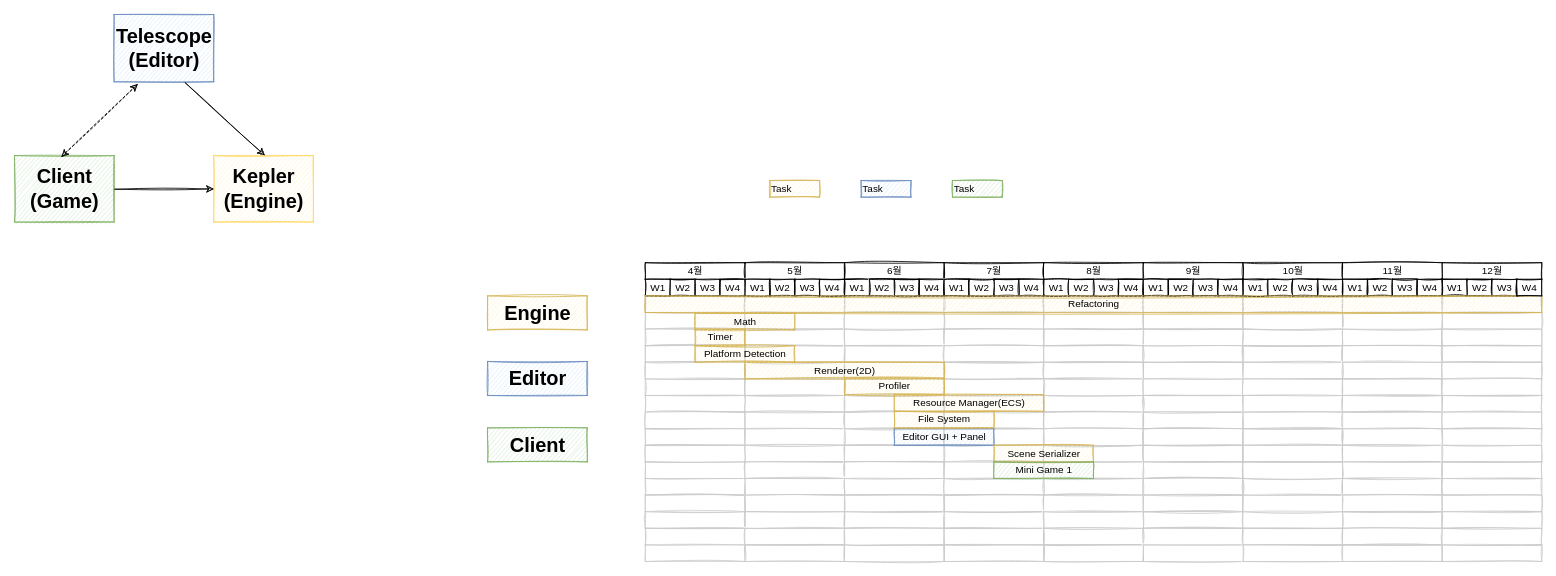
Earlier version of the draw.io diagram Documents/프로젝트구조-및-일정-임시.drawio (Hamsik2rang/Kepler). Source tidied: cells renumbered, new cells numbered last; positions are measured from the earlier drawing's top-left corner, leaving out a move shared by most shapes. Both pictures are drawn from the tidied source at 83%, with x=0, y=0 at pixel (14, 14).
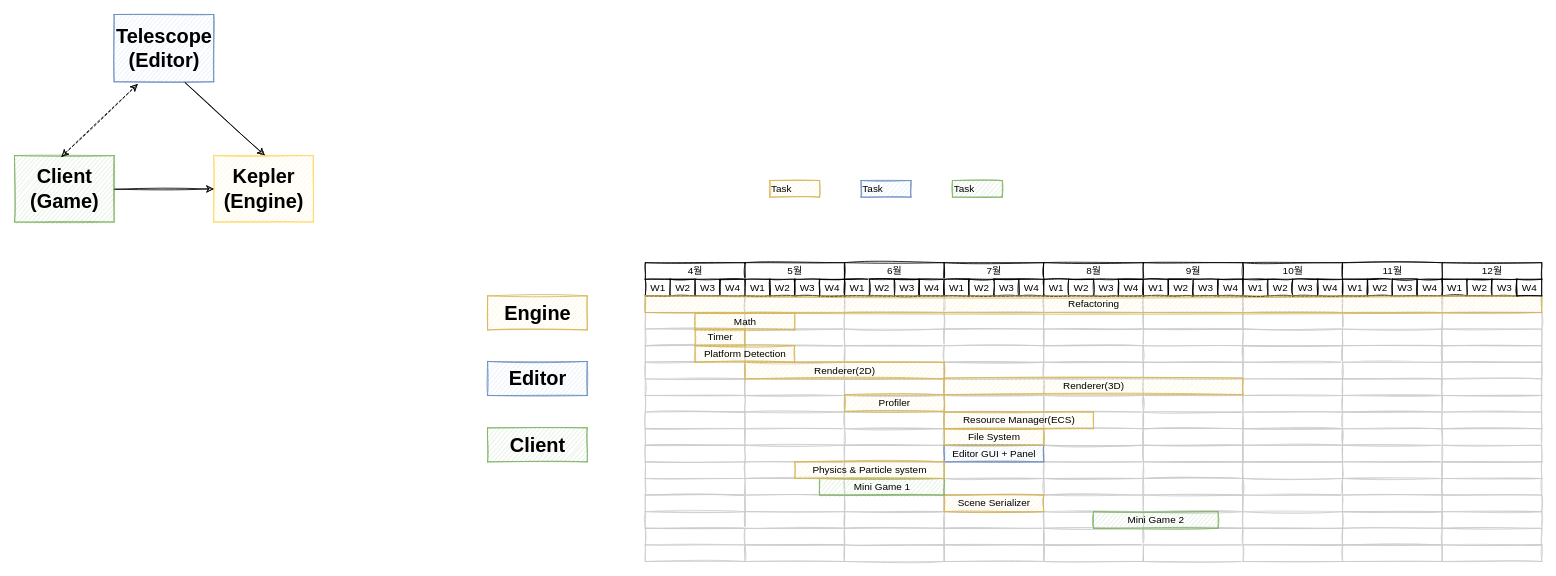
The same diagram, later.

Commit message (it also covers changes not shown here):
docs: 5월 8일 회의록 및 수정된 프로젝트일정표 업로드

The edit, as a diff of the source:
```diff
@@
     <mxCell id="207" value="Profiler" style="align=center;strokeColor=#d6b656;html=1;fillColor=#fff2cc;sketch=1;" parent="1" vertex="1">
-      <mxGeometry x="1000" y="438" width="120" height="20" as="geometry" />
+      <mxGeometry x="1000" y="458" width="120" height="20" as="geometry" />
     </mxCell>
     <mxCell id="208" value="Resource Manager(ECS)" style="align=center;strokeColor=#d6b656;html=1;fillColor=#fff2cc;sketch=1;" parent="1" vertex="1">
-      <mxGeometry x="1060" y="458" width="180" height="20" as="geometry" />
+      <mxGeometry x="1120" y="479" width="180" height="20" as="geometry" />
     </mxCell>
@@
     <mxCell id="210" value="Editor GUI + Panel" style="align=center;strokeColor=#6c8ebf;html=1;fillColor=#dae8fc;sketch=1;" parent="1" vertex="1">
-      <mxGeometry x="1060" y="499" width="120" height="20" as="geometry" />
+      <mxGeometry x="1120" y="519" width="120" height="20" as="geometry" />
     </mxCell>
     <mxCell id="211" value="Scene Serializer" style="align=center;strokeColor=#d6b656;html=1;fillColor=#fff2cc;sketch=1;" parent="1" vertex="1">
-      <mxGeometry x="1180" y="519" width="120" height="20" as="geometry" />
+      <mxGeometry x="1120" y="579" width="120" height="20" as="geometry" />
     </mxCell>
     <mxCell id="212" value="Mini Game 1" style="align=center;strokeColor=#82b366;html=1;fillColor=#d5e8d4;sketch=1;" parent="1" vertex="1">
-      <mxGeometry x="1180" y="539" width="120" height="20" as="geometry" />
+      <mxGeometry x="970" y="559" width="150" height="20" as="geometry" />
     </mxCell>
     <mxCell id="213" value="File System" style="align=center;strokeColor=#d6b656;html=1;fillColor=#fff2cc;sketch=1;" parent="1" vertex="1">
-      <mxGeometry x="1060" y="478" width="120" height="20" as="geometry" />
+      <mxGeometry x="1120" y="499" width="120" height="20" as="geometry" />
     </mxCell>
+    <mxCell id="214" value="Renderer(3D)" style="align=center;strokeColor=#d6b656;html=1;fillColor=#fff2cc;sketch=1;" parent="1" vertex="1">
+      <mxGeometry x="1120" y="438" width="360" height="20" as="geometry" />
+    </mxCell>
+    <mxCell id="215" value="Mini Game 2" style="align=center;strokeColor=#82b366;html=1;fillColor=#d5e8d4;sketch=1;" parent="1" vertex="1">
+      <mxGeometry x="1300" y="599" width="150" height="20" as="geometry" />
+    </mxCell>
+    <mxCell id="216" value="Physics &amp;amp; Particle system" style="align=center;strokeColor=#d6b656;html=1;fillColor=#fff2cc;sketch=1;" parent="1" vertex="1">
+      <mxGeometry x="940" y="539" width="180" height="20" as="geometry" />
+    </mxCell>
```
